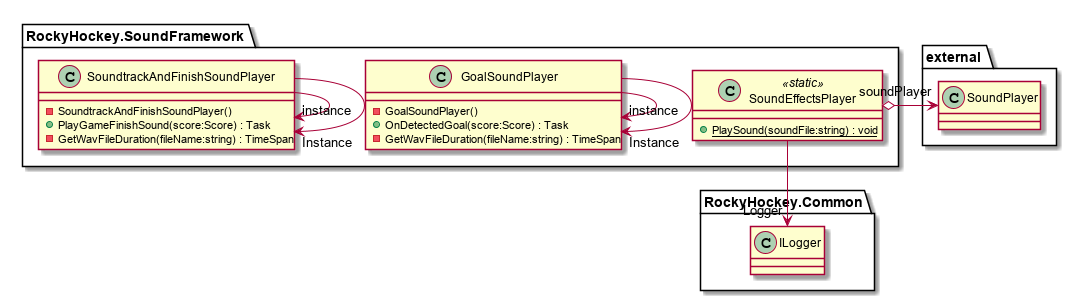
R-Studios/Rocky-Hockey-IV keeps this PlantUML diagram as diagrams/RockyHockey.SoundFramework.png. Above is the earlier version.
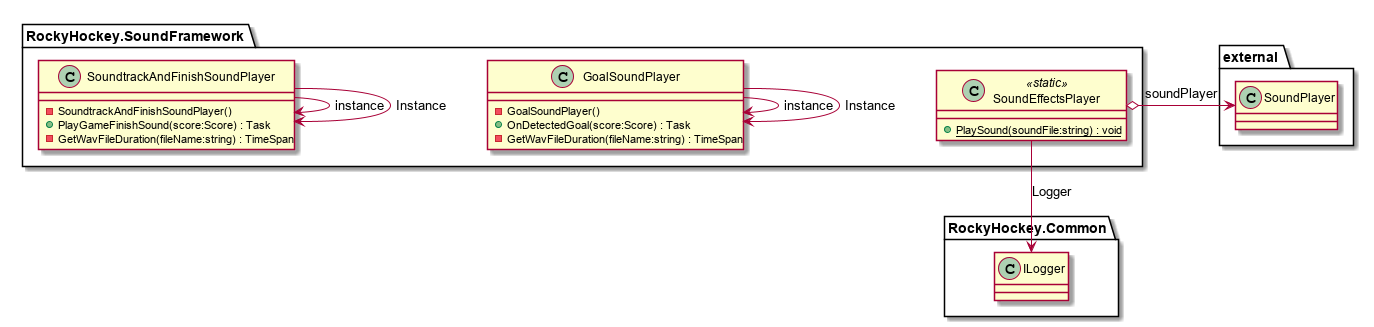
After the commit.

Change to the diagram source:
```diff
@@ -5,15 +5,15 @@
 	    + OnDetectedGoal(score:Score) : Task
 	    - GetWavFileDuration(fileName:string) : TimeSpan
 	}
-	GoalSoundPlayer --> "instance" GoalSoundPlayer
-	GoalSoundPlayer --> "Instance" GoalSoundPlayer
+	GoalSoundPlayer --> GoalSoundPlayer : instance
+	GoalSoundPlayer --> GoalSoundPlayer : Instance
 }
 namespace RockyHockey.SoundFramework {
 	class SoundEffectsPlayer <<static>> {
 	    + {static} PlaySound(soundFile:string) : void
 	}
-	SoundEffectsPlayer o-> "soundPlayer" external.SoundPlayer
-	SoundEffectsPlayer --> "Logger" RockyHockey.Common.ILogger
+	SoundEffectsPlayer o-> external.SoundPlayer : soundPlayer
+	SoundEffectsPlayer --> RockyHockey.Common.ILogger : Logger
 }
 namespace RockyHockey.SoundFramework {
 	class SoundtrackAndFinishSoundPlayer {
@@ -21,7 +21,7 @@
 	    + PlayGameFinishSound(score:Score) : Task
 	    - GetWavFileDuration(fileName:string) : TimeSpan
 	}
-	SoundtrackAndFinishSoundPlayer --> "instance" SoundtrackAndFinishSoundPlayer
-	SoundtrackAndFinishSoundPlayer --> "Instance" SoundtrackAndFinishSoundPlayer
+	SoundtrackAndFinishSoundPlayer --> SoundtrackAndFinishSoundPlayer : instance
+	SoundtrackAndFinishSoundPlayer --> SoundtrackAndFinishSoundPlayer : Instance
 }
 @enduml
```
